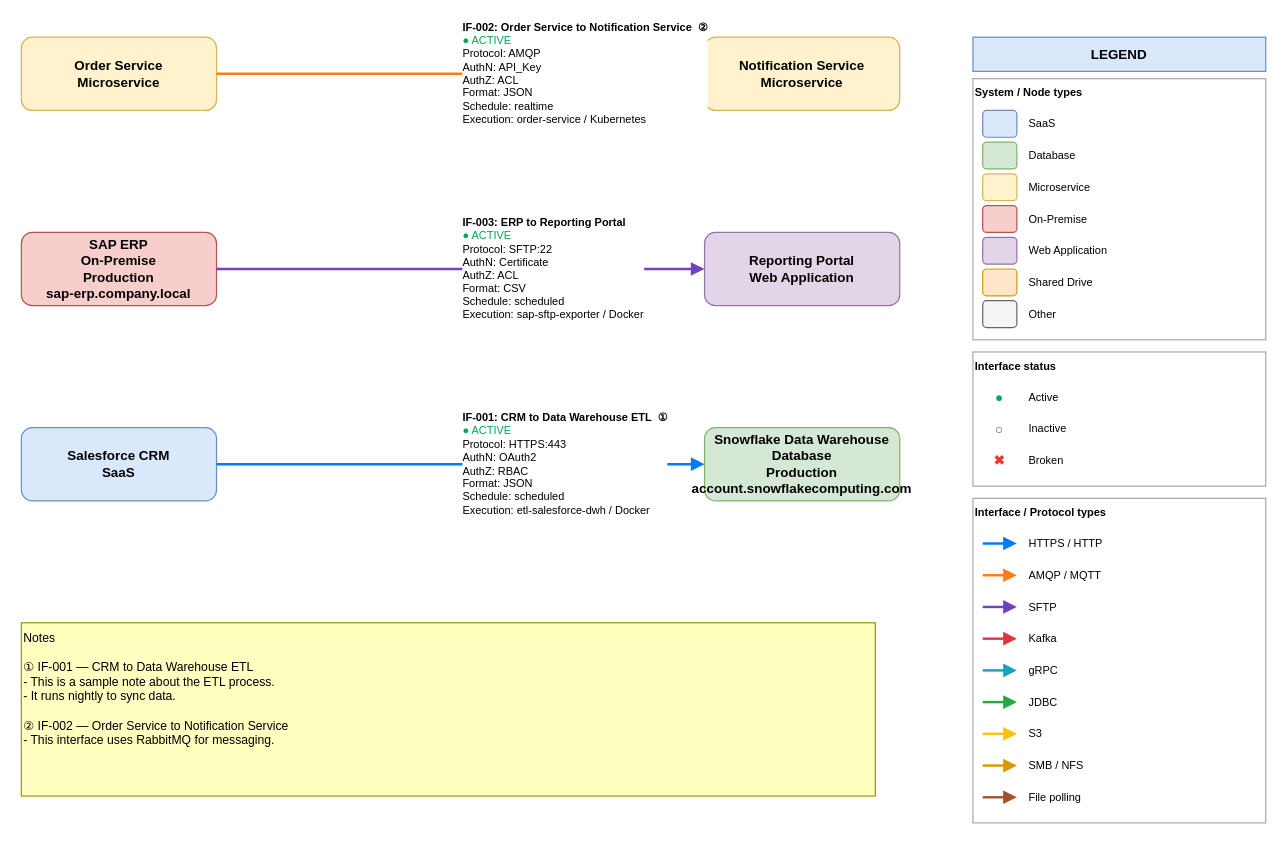
Above: interfaces.drawio in joshuamfrancis/Wikis (draw.io), before the change. Source tidied: cells renumbered, new cells numbered last; positions are measured from the earlier drawing's top-left corner, leaving out a move shared by most shapes. Both pictures are drawn from the tidied source at 122%, with x=0, y=0 at pixel (21, 37).
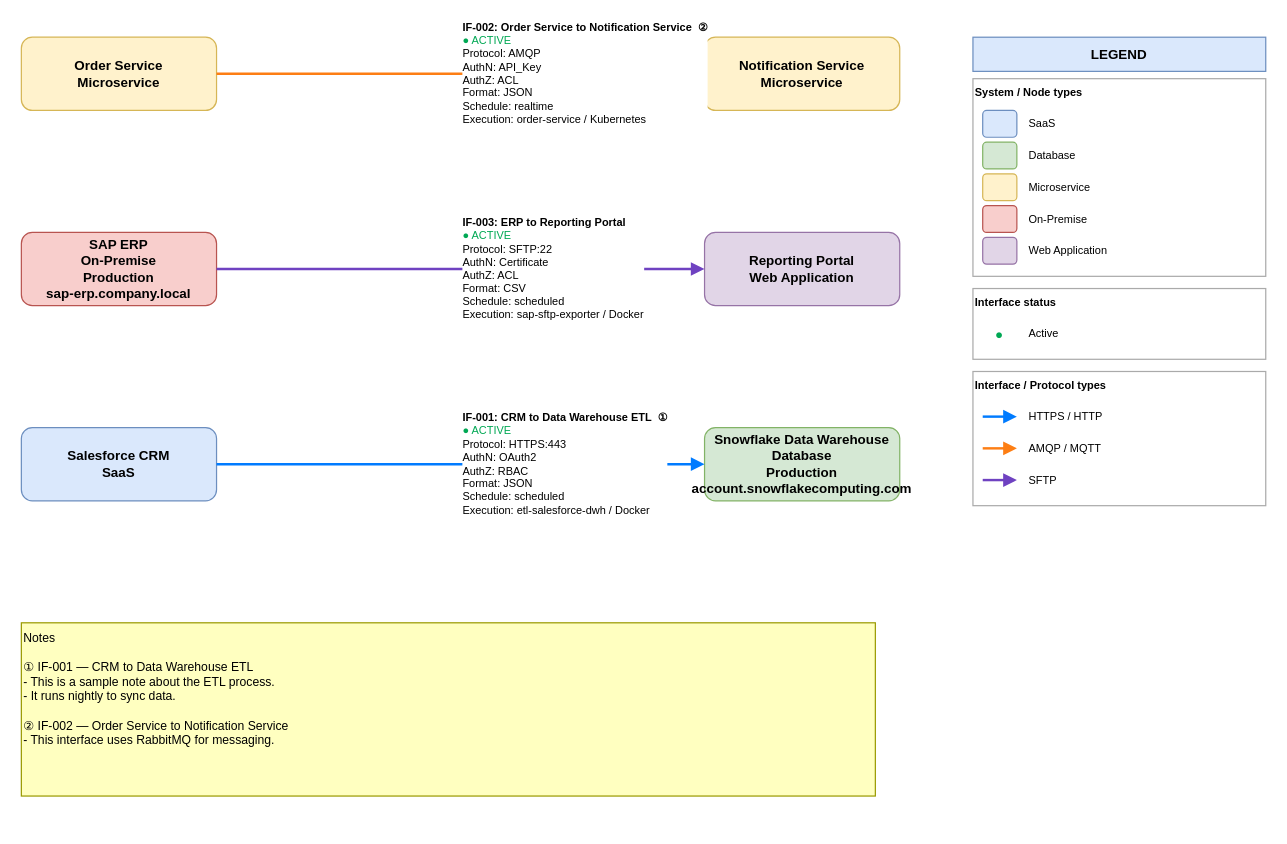
The same diagram, later.

Commit message (it also covers changes not shown here):
add filter to legend to show only shapes used

The edit, as a diff of the source:
```diff
@@
     <mxCell id="12" style="rounded=0;fillColor=none;strokeColor=none;html=0;" parent="1" vertex="1">
-      <mxGeometry x="780" width="240" height="644" as="geometry" />
+      <mxGeometry x="780" width="240" height="384" as="geometry" />
     </mxCell>
@@
     <mxCell id="14" value="System / Node types" style="rounded=0;whiteSpace=wrap;html=0;fillColor=#ffffff;strokeColor=#aaaaaa;verticalAlign=top;align=left;fontStyle=1;fontSize=9;" parent="12" vertex="1">
-      <mxGeometry y="34" width="240" height="214" as="geometry" />
+      <mxGeometry y="34" width="240" height="162" as="geometry" />
     </mxCell>
@@
-    <mxCell id="25" style="rounded=1;whiteSpace=wrap;html=0;fillColor=#ffe6cc;strokeColor=#d79b00;fontSize=8;" parent="14" vertex="1">
-      <mxGeometry x="8" y="156" width="28" height="22" as="geometry" />
+    <mxCell id="25" value="Interface status" style="rounded=0;whiteSpace=wrap;html=0;fillColor=#ffffff;strokeColor=#aaaaaa;verticalAlign=top;align=left;fontStyle=1;fontSize=9;" parent="12" vertex="1">
+      <mxGeometry y="206" width="240" height="58" as="geometry" />
     </mxCell>
-    <mxCell id="26" value="Shared Drive" style="text;html=0;strokeColor=none;fillColor=none;align=left;verticalAlign=middle;fontSize=9;" parent="14" vertex="1">
-      <mxGeometry x="44" y="156" width="188" height="22" as="geometry" />
+    <mxCell id="26" value="●" style="text;html=0;strokeColor=none;fillColor=none;align=center;verticalAlign=middle;fontSize=11;fontStyle=1;fontColor=#00a854;" parent="25" vertex="1">
+      <mxGeometry x="8" y="26" width="28" height="22" as="geometry" />
     </mxCell>
-    <mxCell id="27" style="rounded=1;whiteSpace=wrap;html=0;fillColor=#f5f5f5;strokeColor=#666666;fontSize=8;" parent="14" vertex="1">
-      <mxGeometry x="8" y="182" width="28" height="22" as="geometry" />
+    <mxCell id="27" value="Active" style="text;html=0;strokeColor=none;fillColor=none;align=left;verticalAlign=middle;fontSize=9;" parent="25" vertex="1">
+      <mxGeometry x="44" y="26" width="188" height="22" as="geometry" />
     </mxCell>
-    <mxCell id="28" value="Other" style="text;html=0;strokeColor=none;fillColor=none;align=left;verticalAlign=middle;fontSize=9;" parent="14" vertex="1">
-      <mxGeometry x="44" y="182" width="188" height="22" as="geometry" />
+    <mxCell id="28" value="Interface / Protocol types" style="rounded=0;whiteSpace=wrap;html=0;fillColor=#ffffff;strokeColor=#aaaaaa;verticalAlign=top;align=left;fontStyle=1;fontSize=9;" parent="12" vertex="1">
+      <mxGeometry y="274" width="240" height="110" as="geometry" />
     </mxCell>
-    <mxCell id="29" value="Interface status" style="rounded=0;whiteSpace=wrap;html=0;fillColor=#ffffff;strokeColor=#aaaaaa;verticalAlign=top;align=left;fontStyle=1;fontSize=9;" parent="12" vertex="1">
-      <mxGeometry y="258" width="240" height="110" as="geometry" />
+    <mxCell id="29" style="endArrow=block;startArrow=none;html=0;strokeColor=#007bff;strokeWidth=2;" parent="28" edge="1">
+      <mxGeometry relative="1" as="geometry">
+        <mxPoint x="8" y="37" as="sourcePoint" />
+        <mxPoint x="36" y="37" as="targetPoint" />
+      </mxGeometry>
     </mxCell>
-    <mxCell id="30" value="●" style="text;html=0;strokeColor=none;fillColor=none;align=center;verticalAlign=middle;fontSize=11;fontStyle=1;fontColor=#00a854;" parent="29" vertex="1">
-      <mxGeometry x="8" y="26" width="28" height="22" as="geometry" />
+    <mxCell id="30" value="HTTPS / HTTP" style="text;html=0;strokeColor=none;fillColor=none;align=left;verticalAlign=middle;fontSize=9;" parent="28" vertex="1">
+      <mxGeometry x="44" y="26" width="188" height="22" as="geometry" />
     </mxCell>
-    <mxCell id="31" value="Active" style="text;html=0;strokeColor=none;fillColor=none;align=left;verticalAlign=middle;fontSize=9;" parent="29" vertex="1">
-      <mxGeometry x="44" y="26" width="188" height="22" as="geometry" />
+    <mxCell id="31" style="endArrow=block;startArrow=none;html=0;strokeColor=#fd7e14;strokeWidth=2;" parent="28" edge="1">
+      <mxGeometry relative="1" as="geometry">
+        <mxPoint x="8" y="63" as="sourcePoint" />
+        <mxPoint x="36" y="63" as="targetPoint" />
+      </mxGeometry>
     </mxCell>
-    <mxCell id="32" value="○" style="text;html=0;strokeColor=none;fillColor=none;align=center;verticalAlign=middle;fontSize=11;fontStyle=1;fontColor=#555555;" parent="29" vertex="1">
-      <mxGeometry x="8" y="52" width="28" height="22" as="geometry" />
+    <mxCell id="32" value="AMQP / MQTT" style="text;html=0;strokeColor=none;fillColor=none;align=left;verticalAlign=middle;fontSize=9;" parent="28" vertex="1">
+      <mxGeometry x="44" y="52" width="188" height="22" as="geometry" />
     </mxCell>
-    <mxCell id="33" value="Inactive" style="text;html=0;strokeColor=none;fillColor=none;align=left;verticalAlign=middle;fontSize=9;" parent="29" vertex="1">
-      <mxGeometry x="44" y="52" width="188" height="22" as="geometry" />
+    <mxCell id="33" style="endArrow=block;startArrow=none;html=0;strokeColor=#6f42c1;strokeWidth=2;" parent="28" edge="1">
+      <mxGeometry relative="1" as="geometry">
+        <mxPoint x="8" y="89" as="sourcePoint" />
+        <mxPoint x="36" y="89" as="targetPoint" />
+      </mxGeometry>
     </mxCell>
-    <mxCell id="34" value="✖" style="text;html=0;strokeColor=none;fillColor=none;align=center;verticalAlign=middle;fontSize=11;fontStyle=1;fontColor=#e53935;" parent="29" vertex="1">
-      <mxGeometry x="8" y="78" width="28" height="22" as="geometry" />
+    <mxCell id="34" value="SFTP" style="text;html=0;strokeColor=none;fillColor=none;align=left;verticalAlign=middle;fontSize=9;" parent="28" vertex="1">
+      <mxGeometry x="44" y="78" width="188" height="22" as="geometry" />
     </mxCell>
-    <mxCell id="35" value="Broken" style="text;html=0;strokeColor=none;fillColor=none;align=left;verticalAlign=middle;fontSize=9;" parent="29" vertex="1">
-      <mxGeometry x="44" y="78" width="188" height="22" as="geometry" />
-    </mxCell>
-    <mxCell id="36" value="Interface / Protocol types" style="rounded=0;whiteSpace=wrap;html=0;fillColor=#ffffff;strokeColor=#aaaaaa;verticalAlign=top;align=left;fontStyle=1;fontSize=9;" parent="12" vertex="1">
-      <mxGeometry y="378" width="240" height="266" as="geometry" />
-    </mxCell>
-    <mxCell id="37" style="endArrow=block;startArrow=none;html=0;strokeColor=#007bff;strokeWidth=2;" parent="36" edge="1">
-      <mxGeometry relative="1" as="geometry">
-        <mxPoint x="8" y="37" as="sourcePoint" />
-        <mxPoint x="36" y="37" as="targetPoint" />
-      </mxGeometry>
-    </mxCell>
-    <mxCell id="38" value="HTTPS / HTTP" style="text;html=0;strokeColor=none;fillColor=none;align=left;verticalAlign=middle;fontSize=9;" parent="36" vertex="1">
-      <mxGeometry x="44" y="26" width="188" height="22" as="geometry" />
-    </mxCell>
-    <mxCell id="39" style="endArrow=block;startArrow=none;html=0;strokeColor=#fd7e14;strokeWidth=2;" parent="36" edge="1">
-      <mxGeometry relative="1" as="geometry">
-        <mxPoint x="8" y="63" as="sourcePoint" />
-        <mxPoint x="36" y="63" as="targetPoint" />
-      </mxGeometry>
-    </mxCell>
-    <mxCell id="40" value="AMQP / MQTT" style="text;html=0;strokeColor=none;fillColor=none;align=left;verticalAlign=middle;fontSize=9;" parent="36" vertex="1">
-      <mxGeometry x="44" y="52" width="188" height="22" as="geometry" />
-    </mxCell>
-    <mxCell id="41" style="endArrow=block;startArrow=none;html=0;strokeColor=#6f42c1;strokeWidth=2;" parent="36" edge="1">
-      <mxGeometry relative="1" as="geometry">
-        <mxPoint x="8" y="89" as="sourcePoint" />
-        <mxPoint x="36" y="89" as="targetPoint" />
-      </mxGeometry>
-    </mxCell>
-    <mxCell id="42" value="SFTP" style="text;html=0;strokeColor=none;fillColor=none;align=left;verticalAlign=middle;fontSize=9;" parent="36" vertex="1">
-      <mxGeometry x="44" y="78" width="188" height="22" as="geometry" />
-    </mxCell>
-    <mxCell id="43" style="endArrow=block;startArrow=none;html=0;strokeColor=#dc3545;strokeWidth=2;" parent="36" edge="1">
-      <mxGeometry relative="1" as="geometry">
-        <mxPoint x="8" y="115" as="sourcePoint" />
-        <mxPoint x="36" y="115" as="targetPoint" />
-      </mxGeometry>
-    </mxCell>
-    <mxCell id="44" value="Kafka" style="text;html=0;strokeColor=none;fillColor=none;align=left;verticalAlign=middle;fontSize=9;" parent="36" vertex="1">
-      <mxGeometry x="44" y="104" width="188" height="22" as="geometry" />
-    </mxCell>
-    <mxCell id="45" style="endArrow=block;startArrow=none;html=0;strokeColor=#17a2b8;strokeWidth=2;" parent="36" edge="1">
-      <mxGeometry relative="1" as="geometry">
-        <mxPoint x="8" y="141" as="sourcePoint" />
-        <mxPoint x="36" y="141" as="targetPoint" />
-      </mxGeometry>
-    </mxCell>
-    <mxCell id="46" value="gRPC" style="text;html=0;strokeColor=none;fillColor=none;align=left;verticalAlign=middle;fontSize=9;" parent="36" vertex="1">
-      <mxGeometry x="44" y="130" width="188" height="22" as="geometry" />
-    </mxCell>
-    <mxCell id="47" style="endArrow=block;startArrow=none;html=0;strokeColor=#28a745;strokeWidth=2;" parent="36" edge="1">
-      <mxGeometry relative="1" as="geometry">
-        <mxPoint x="8" y="167" as="sourcePoint" />
-        <mxPoint x="36" y="167" as="targetPoint" />
-      </mxGeometry>
-    </mxCell>
-    <mxCell id="48" value="JDBC" style="text;html=0;strokeColor=none;fillColor=none;align=left;verticalAlign=middle;fontSize=9;" parent="36" vertex="1">
-      <mxGeometry x="44" y="156" width="188" height="22" as="geometry" />
-    </mxCell>
-    <mxCell id="49" style="endArrow=block;startArrow=none;html=0;strokeColor=#ffc107;strokeWidth=2;" parent="36" edge="1">
-      <mxGeometry relative="1" as="geometry">
-        <mxPoint x="8" y="193" as="sourcePoint" />
-        <mxPoint x="36" y="193" as="targetPoint" />
-      </mxGeometry>
-    </mxCell>
-    <mxCell id="50" value="S3" style="text;html=0;strokeColor=none;fillColor=none;align=left;verticalAlign=middle;fontSize=9;" parent="36" vertex="1">
-      <mxGeometry x="44" y="182" width="188" height="22" as="geometry" />
-    </mxCell>
-    <mxCell id="51" style="endArrow=block;startArrow=none;html=0;strokeColor=#d79b00;strokeWidth=2;" parent="36" edge="1">
-      <mxGeometry relative="1" as="geometry">
-        <mxPoint x="8" y="219" as="sourcePoint" />
-        <mxPoint x="36" y="219" as="targetPoint" />
-      </mxGeometry>
-    </mxCell>
-    <mxCell id="52" value="SMB / NFS" style="text;html=0;strokeColor=none;fillColor=none;align=left;verticalAlign=middle;fontSize=9;" parent="36" vertex="1">
-      <mxGeometry x="44" y="208" width="188" height="22" as="geometry" />
-    </mxCell>
-    <mxCell id="53" style="endArrow=block;startArrow=none;html=0;strokeColor=#a0522d;strokeWidth=2;" parent="36" edge="1">
-      <mxGeometry relative="1" as="geometry">
-        <mxPoint x="8" y="245" as="sourcePoint" />
-        <mxPoint x="36" y="245" as="targetPoint" />
-      </mxGeometry>
-    </mxCell>
-    <mxCell id="54" value="File polling" style="text;html=0;strokeColor=none;fillColor=none;align=left;verticalAlign=middle;fontSize=9;" parent="36" vertex="1">
-      <mxGeometry x="44" y="234" width="188" height="22" as="geometry" />
-    </mxCell>
```
